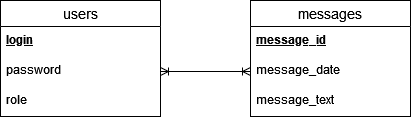
Above: writer-reader-db.drawio.png in RazumeetsyaDanila/writer-reader-app (draw.io), before the change. Source tidied: cells renumbered, new cells last; positions are measured from the earlier drawing's top-left corner, leaving out a move shared by most shapes.
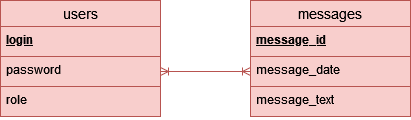
The same file after the commit.

What changed in the source:
```diff
@@ -2,31 +2,31 @@
   <root>
     <mxCell id="0" />
     <mxCell id="1" parent="0" />
-    <mxCell id="2" value="users" style="swimlane;fontStyle=0;horizontal=1;startSize=26;align=center;fontSize=14;" parent="1" vertex="1">
+    <mxCell id="2" value="users" style="swimlane;fontStyle=0;horizontal=1;startSize=26;align=center;fontSize=14;fillColor=#f8cecc;strokeColor=#b85450;" parent="1" vertex="1">
       <mxGeometry width="160" height="116" as="geometry" />
     </mxCell>
-    <mxCell id="3" value="login" style="text;strokeColor=none;fillColor=none;spacingLeft=4;spacingRight=4;overflow=hidden;fontSize=12;fontStyle=5;" parent="2" vertex="1">
+    <mxCell id="3" value="login" style="text;spacingLeft=4;spacingRight=4;overflow=hidden;fontSize=12;fontStyle=5;fillColor=#f8cecc;strokeColor=#b85450;" parent="2" vertex="1">
       <mxGeometry y="26" width="160" height="30" as="geometry" />
     </mxCell>
-    <mxCell id="4" value="password" style="text;strokeColor=none;fillColor=none;spacingLeft=4;spacingRight=4;overflow=hidden;points=[[0,0.5],[1,0.5]];portConstraint=eastwest;fontSize=12;" parent="2" vertex="1">
+    <mxCell id="4" value="password" style="text;spacingLeft=4;spacingRight=4;overflow=hidden;points=[[0,0.5],[1,0.5]];portConstraint=eastwest;fontSize=12;fillColor=#f8cecc;strokeColor=#b85450;" parent="2" vertex="1">
       <mxGeometry y="56" width="160" height="30" as="geometry" />
     </mxCell>
-    <mxCell id="5" value="role" style="text;strokeColor=none;fillColor=none;spacingLeft=4;spacingRight=4;overflow=hidden;fontSize=12;" parent="2" vertex="1">
+    <mxCell id="5" value="role" style="text;spacingLeft=4;spacingRight=4;overflow=hidden;fontSize=12;fillColor=#f8cecc;strokeColor=#b85450;" parent="2" vertex="1">
       <mxGeometry y="86" width="160" height="30" as="geometry" />
     </mxCell>
-    <mxCell id="6" value="messages" style="swimlane;fontStyle=0;horizontal=1;startSize=26;align=center;fontSize=14;" parent="1" vertex="1">
+    <mxCell id="6" value="messages" style="swimlane;fontStyle=0;horizontal=1;startSize=26;align=center;fontSize=14;fillColor=#f8cecc;strokeColor=#b85450;" parent="1" vertex="1">
       <mxGeometry x="250" width="160" height="116" as="geometry" />
     </mxCell>
-    <mxCell id="7" value="message_id" style="text;strokeColor=none;fillColor=none;spacingLeft=4;spacingRight=4;overflow=hidden;fontSize=12;fontStyle=5;" parent="6" vertex="1">
+    <mxCell id="7" value="message_id" style="text;spacingLeft=4;spacingRight=4;overflow=hidden;fontSize=12;fontStyle=5;fillColor=#f8cecc;strokeColor=#b85450;" parent="6" vertex="1">
       <mxGeometry y="26" width="160" height="30" as="geometry" />
     </mxCell>
-    <mxCell id="8" value="message_date" style="text;strokeColor=none;fillColor=none;spacingLeft=4;spacingRight=4;overflow=hidden;points=[[0,0.5],[1,0.5]];portConstraint=eastwest;fontSize=12;" parent="6" vertex="1">
+    <mxCell id="8" value="message_date" style="text;spacingLeft=4;spacingRight=4;overflow=hidden;points=[[0,0.5],[1,0.5]];portConstraint=eastwest;fontSize=12;fillColor=#f8cecc;strokeColor=#b85450;" parent="6" vertex="1">
       <mxGeometry y="56" width="160" height="30" as="geometry" />
     </mxCell>
-    <mxCell id="9" value="message_text" style="text;strokeColor=none;fillColor=none;spacingLeft=4;spacingRight=4;overflow=hidden;fontSize=12;" parent="6" vertex="1">
+    <mxCell id="9" value="message_text" style="text;spacingLeft=4;spacingRight=4;overflow=hidden;fontSize=12;fillColor=#f8cecc;strokeColor=#b85450;" parent="6" vertex="1">
       <mxGeometry y="86" width="160" height="30" as="geometry" />
     </mxCell>
-    <mxCell id="10" style="edgeStyle=entityRelationEdgeStyle;fontSize=12;html=1;endArrow=ERoneToMany;startArrow=ERoneToMany;rounded=0;entryX=0;entryY=0.5;entryDx=0;entryDy=0;exitX=1;exitY=0.5;exitDx=0;exitDy=0;" parent="1" edge="1" source="4" target="8">
+    <mxCell id="10" style="edgeStyle=entityRelationEdgeStyle;fontSize=12;html=1;endArrow=ERoneToMany;startArrow=ERoneToMany;rounded=0;entryX=0;entryY=0.5;entryDx=0;entryDy=0;exitX=1;exitY=0.5;exitDx=0;exitDy=0;fillColor=#f8cecc;strokeColor=#b85450;" parent="1" edge="1" source="4" target="8">
       <mxGeometry relative="1" as="geometry" />
     </mxCell>
   </root>
```
